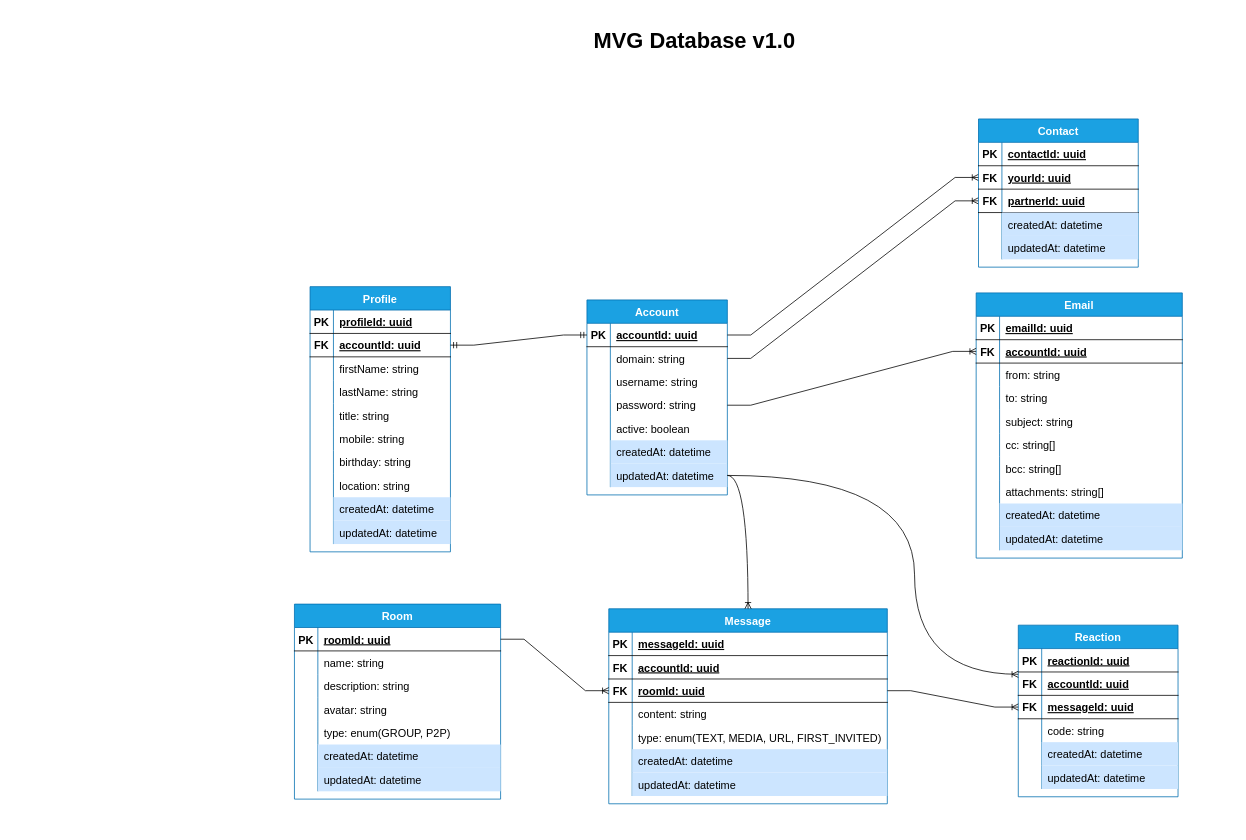
Earlier version of the draw.io diagram document/mvg_database.drawio (chautruonglong/mvg-sky). Source tidied: cells renumbered, new cells numbered last; positions are measured from the earlier drawing's top-left corner, leaving out a move shared by most shapes. Both pictures are drawn from the tidied source at 78%, with x=0, y=0 at pixel (294, 21).
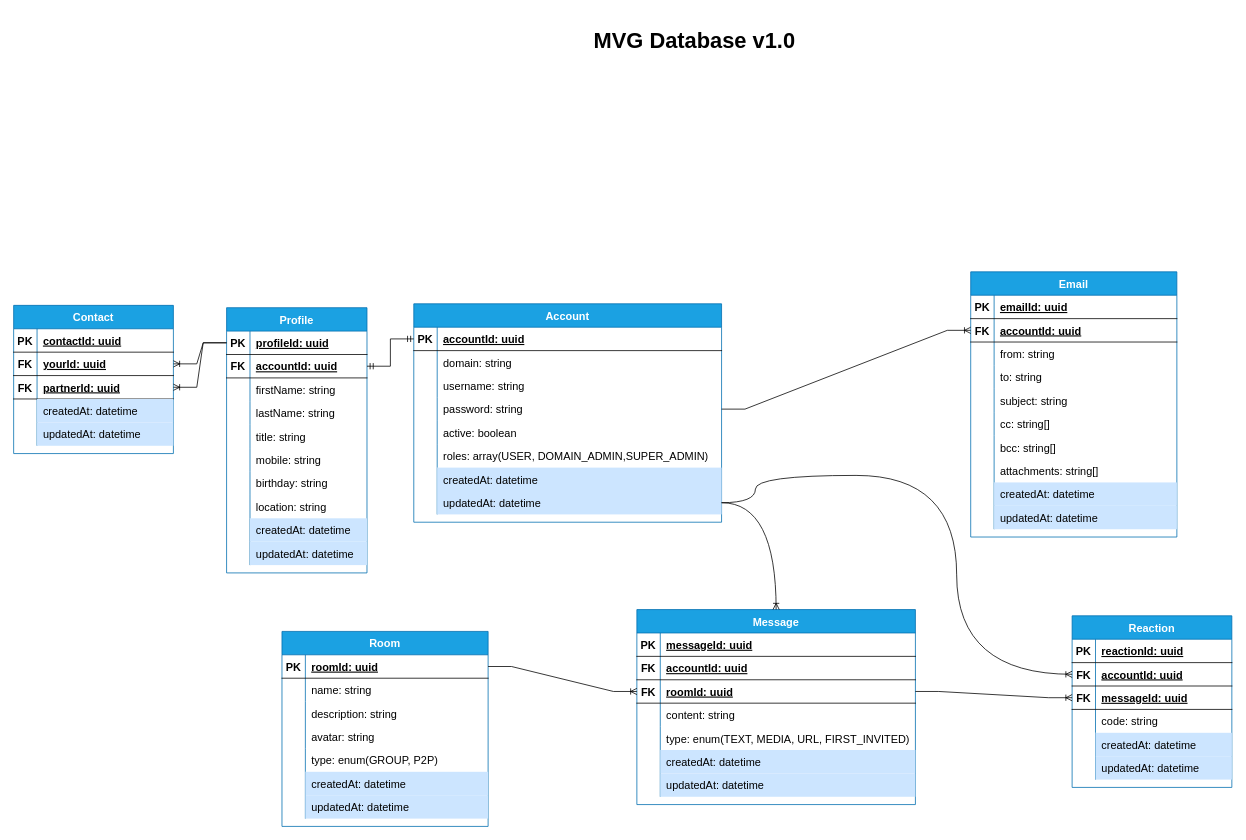
The same diagram, later.

The change refers to these unchanged cells:
```xml
<mxCell id="25" style="shape=partialRectangle;fillColor=none;top=0;left=0;bottom=1;right=0;points=[[0,0.5],[1,0.5]];portConstraint=eastwest;fontSize=14;" parent="24" vertex="1">
  <mxGeometry y="30" width="180" height="30" as="geometry" />
</mxCell>
<mxCell id="84" style="shape=partialRectangle;fillColor=none;top=0;left=0;bottom=1;right=0;points=[[0,0.5],[1,0.5]];portConstraint=eastwest;fontSize=14;" parent="80" vertex="1">
  <mxGeometry y="60" width="204.8" height="30" as="geometry" />
</mxCell>
<mxCell id="162" style="shape=partialRectangle;fillColor=none;top=0;left=0;bottom=1;right=0;points=[[0,0.5],[1,0.5]];portConstraint=eastwest;fontSize=14;" parent="158" vertex="1">
  <mxGeometry y="60" width="204.8" height="30" as="geometry" />
</mxCell>
<mxCell id="165" style="shape=partialRectangle;fillColor=none;top=0;left=0;bottom=1;right=0;points=[[0,0.5],[1,0.5]];portConstraint=eastwest;fontSize=14;" parent="158" vertex="1">
  <mxGeometry y="90" width="204.8" height="30" as="geometry" />
</mxCell>
```

Diff of the diagram source:
```diff
@@
     <mxCell id="2" value="Account" style="shape=table;startSize=30;childLayout=tableLayout;rowLines=0;fontStyle=1;align=center;fontSize=14;fillColor=#1ba1e2;strokeColor=#006EAF;fontColor=#ffffff;" parent="1" vertex="1">
-      <mxGeometry x="375" y="357" width="180" height="250" as="geometry" />
+      <mxGeometry x="153" y="362" width="394.6" height="280" as="geometry" />
     </mxCell>
     <mxCell id="3" style="shape=partialRectangle;fillColor=none;top=0;left=0;bottom=1;right=0;points=[[0,0.5],[1,0.5]];portConstraint=eastwest;fontSize=14;" parent="2" vertex="1">
-      <mxGeometry y="30" width="180" height="30" as="geometry" />
+      <mxGeometry y="30" width="394.6" height="30" as="geometry" />
     </mxCell>
@@
     <mxCell id="5" value="accountId: uuid" style="shape=partialRectangle;fillColor=none;top=0;left=0;bottom=0;right=0;align=left;spacingLeft=6;fontStyle=5;overflow=hidden;fontSize=14;" parent="3" vertex="1">
-      <mxGeometry x="30" width="150" height="30" as="geometry" />
+      <mxGeometry x="30" width="364.6" height="30" as="geometry" />
     </mxCell>
     <mxCell id="6" style="shape=partialRectangle;fillColor=none;top=0;left=0;bottom=0;right=0;points=[[0,0.5],[1,0.5]];portConstraint=eastwest;fontSize=14;" parent="2" vertex="1">
-      <mxGeometry y="60" width="180" height="30" as="geometry" />
+      <mxGeometry y="60" width="394.6" height="30" as="geometry" />
     </mxCell>
@@
     <mxCell id="8" value="domain: string" style="shape=partialRectangle;fillColor=none;top=0;left=0;bottom=0;right=0;align=left;spacingLeft=6;overflow=hidden;fontSize=14;" parent="6" vertex="1">
-      <mxGeometry x="30" width="150" height="30" as="geometry" />
+      <mxGeometry x="30" width="364.6" height="30" as="geometry" />
     </mxCell>
     <mxCell id="9" style="shape=partialRectangle;fillColor=none;top=0;left=0;bottom=0;right=0;fontSize=14;" parent="2" vertex="1">
-      <mxGeometry y="90" width="180" height="30" as="geometry" />
+      <mxGeometry y="90" width="394.6" height="30" as="geometry" />
     </mxCell>
@@
     <mxCell id="11" value="username: string" style="shape=partialRectangle;fillColor=none;top=0;left=0;bottom=0;right=0;align=left;spacingLeft=6;overflow=hidden;fontSize=14;" parent="9" vertex="1">
-      <mxGeometry x="30" width="150" height="30" as="geometry" />
+      <mxGeometry x="30" width="364.6" height="30" as="geometry" />
     </mxCell>
     <mxCell id="12" style="shape=partialRectangle;fillColor=none;top=0;left=0;bottom=0;right=0;points=[[0,0.5],[1,0.5]];portConstraint=eastwest;fontSize=14;" parent="2" vertex="1">
-      <mxGeometry y="120" width="180" height="30" as="geometry" />
+      <mxGeometry y="120" width="394.6" height="30" as="geometry" />
     </mxCell>
@@
     <mxCell id="14" value="password: string" style="shape=partialRectangle;fillColor=none;top=0;left=0;bottom=0;right=0;align=left;spacingLeft=6;overflow=hidden;fontSize=14;" parent="12" vertex="1">
-      <mxGeometry x="30" width="150" height="30" as="geometry" />
+      <mxGeometry x="30" width="364.6" height="30" as="geometry" />
     </mxCell>
     <mxCell id="15" style="shape=partialRectangle;fillColor=none;top=0;left=0;bottom=0;right=0;fontSize=14;" parent="2" vertex="1">
-      <mxGeometry y="150" width="180" height="30" as="geometry" />
+      <mxGeometry y="150" width="394.6" height="30" as="geometry" />
     </mxCell>
@@
     <mxCell id="17" value="active: boolean" style="shape=partialRectangle;fillColor=none;top=0;left=0;bottom=0;right=0;align=left;spacingLeft=6;overflow=hidden;fontSize=14;" parent="15" vertex="1">
-      <mxGeometry x="30" width="150" height="30" as="geometry" />
+      <mxGeometry x="30" width="364.6" height="30" as="geometry" />
     </mxCell>
+    <mxCell id="174" style="shape=partialRectangle;fillColor=none;top=0;left=0;bottom=0;right=0;fontSize=14;" parent="2" vertex="1">
+      <mxGeometry y="180" width="394.6" height="30" as="geometry" />
+    </mxCell>
+    <mxCell id="175" style="shape=partialRectangle;fillColor=none;top=0;left=0;bottom=0;right=0;overflow=hidden;fontSize=14;" parent="174" vertex="1">
+      <mxGeometry width="30" height="30" as="geometry" />
+    </mxCell>
+    <mxCell id="176" value="roles: array(USER, DOMAIN_ADMIN,SUPER_ADMIN)" style="shape=partialRectangle;fillColor=none;top=0;left=0;bottom=0;right=0;align=left;spacingLeft=6;overflow=hidden;fontSize=14;" parent="174" vertex="1">
+      <mxGeometry x="30" width="364.6" height="30" as="geometry" />
+    </mxCell>
     <mxCell id="18" style="shape=partialRectangle;fillColor=none;top=0;left=0;bottom=0;right=0;fontSize=14;" parent="2" vertex="1">
-      <mxGeometry y="180" width="180" height="30" as="geometry" />
+      <mxGeometry y="210" width="394.6" height="30" as="geometry" />
     </mxCell>
@@
     <mxCell id="20" value="createdAt: datetime" style="shape=partialRectangle;fillColor=#cce5ff;top=0;left=0;bottom=0;right=0;align=left;spacingLeft=6;overflow=hidden;fontSize=14;strokeColor=#36393d;" parent="18" vertex="1">
-      <mxGeometry x="30" width="150" height="30" as="geometry" />
+      <mxGeometry x="30" width="364.6" height="30" as="geometry" />
     </mxCell>
     <mxCell id="21" style="shape=partialRectangle;fillColor=none;top=0;left=0;bottom=0;right=0;points=[[0,0.5],[1,0.5]];portConstraint=eastwest;fontSize=14;" parent="2" vertex="1">
-      <mxGeometry y="210" width="180" height="30" as="geometry" />
+      <mxGeometry y="240" width="394.6" height="30" as="geometry" />
     </mxCell>
@@
     <mxCell id="23" value="updatedAt: datetime" style="shape=partialRectangle;fillColor=#cce5ff;top=0;left=0;bottom=0;right=0;align=left;spacingLeft=6;overflow=hidden;fontSize=14;strokeColor=#36393d;" parent="21" vertex="1">
-      <mxGeometry x="30" width="150" height="30" as="geometry" />
+      <mxGeometry x="30" width="364.6" height="30" as="geometry" />
     </mxCell>
     <mxCell id="24" value="Profile" style="shape=table;startSize=30;childLayout=tableLayout;rowLines=0;fontStyle=1;align=center;fontSize=14;fillColor=#1ba1e2;strokeColor=#006EAF;fontColor=#ffffff;" parent="1" vertex="1">
-      <mxGeometry x="20" y="340" width="180" height="340" as="geometry" />
+      <mxGeometry x="-87" y="367" width="180" height="340" as="geometry" />
     </mxCell>
@@
-    <mxCell id="56" style="edgeStyle=entityRelationEdgeStyle;fontSize=12;html=1;endArrow=ERoneToMany;rounded=0;exitX=1;exitY=0.5;exitDx=0;exitDy=0;entryX=0;entryY=0.5;entryDx=0;entryDy=0;" parent="1" edge="1" source="3" target="162">
-      <mxGeometry relative="1" as="geometry" />
-    </mxCell>
-    <mxCell id="57" style="edgeStyle=entityRelationEdgeStyle;fontSize=12;html=1;endArrow=ERoneToMany;rounded=0;entryX=0;entryY=0.5;entryDx=0;entryDy=0;" parent="1" edge="1" source="6" target="165">
-      <mxGeometry relative="1" as="geometry" />
-    </mxCell>
     <mxCell id="58" value="Message" style="shape=table;startSize=30;childLayout=tableLayout;rowLines=0;fontStyle=1;align=center;fontSize=14;fillColor=#1ba1e2;strokeColor=#006EAF;fontColor=#ffffff;" parent="1" vertex="1">
-      <mxGeometry x="403" y="753" width="357.1" height="250" as="geometry" />
+      <mxGeometry x="439" y="754" width="357.1" height="250" as="geometry" />
     </mxCell>
@@
     <mxCell id="80" value="Reaction" style="shape=table;startSize=30;childLayout=tableLayout;rowLines=0;fontStyle=1;align=center;fontSize=14;fillColor=#1ba1e2;strokeColor=#006EAF;fontColor=#ffffff;" parent="1" vertex="1">
-      <mxGeometry x="928" y="774" width="204.8" height="220" as="geometry" />
+      <mxGeometry x="997" y="762" width="204.8" height="220" as="geometry" />
     </mxCell>
@@
     <mxCell id="100" value="Room" style="shape=table;startSize=30;childLayout=tableLayout;rowLines=0;fontStyle=1;align=center;fontSize=14;fillColor=#1ba1e2;strokeColor=#006EAF;fontColor=#ffffff;" parent="1" vertex="1">
-      <mxGeometry y="747" width="264.3" height="250" as="geometry" />
+      <mxGeometry x="-16" y="782" width="264.3" height="250" as="geometry" />
     </mxCell>
@@
     <mxCell id="122" value="Email" style="shape=table;startSize=30;childLayout=tableLayout;rowLines=0;fontStyle=1;align=center;fontSize=14;fillColor=#1ba1e2;strokeColor=#006EAF;fontColor=#ffffff;" parent="1" vertex="1">
-      <mxGeometry x="874" y="348" width="264.3" height="340" as="geometry" />
+      <mxGeometry x="867" y="321" width="264.3" height="340" as="geometry" />
     </mxCell>
@@
     <mxCell id="154" style="fontSize=12;html=1;endArrow=ERoneToMany;rounded=0;exitX=1;exitY=0.5;exitDx=0;exitDy=0;edgeStyle=orthogonalEdgeStyle;curved=1;" parent="1" edge="1" source="21" target="84">
       <mxGeometry relative="1" as="geometry">
         <Array as="points">
-          <mxPoint x="795" y="582" />
-          <mxPoint x="795" y="837" />
+          <mxPoint x="591" y="582" />
+          <mxPoint x="849" y="582" />
+          <mxPoint x="849" y="837" />
         </Array>
       </mxGeometry>
     </mxCell>
@@
     <mxCell id="158" value="Contact" style="shape=table;startSize=30;childLayout=tableLayout;rowLines=0;fontStyle=1;align=center;fontSize=14;fillColor=#1ba1e2;strokeColor=#006EAF;fontColor=#ffffff;" parent="1" vertex="1">
-      <mxGeometry x="877" y="125" width="204.8" height="190" as="geometry" />
+      <mxGeometry x="-360" y="364" width="204.8" height="190" as="geometry" />
     </mxCell>
@@
+    <mxCell id="177" style="edgeStyle=entityRelationEdgeStyle;fontSize=12;html=1;endArrow=ERoneToMany;rounded=0;exitX=0;exitY=0.5;exitDx=0;exitDy=0;entryX=1;entryY=0.5;entryDx=0;entryDy=0;" parent="1" edge="1" source="25" target="162">
+      <mxGeometry relative="1" as="geometry" />
+    </mxCell>
+    <mxCell id="178" style="edgeStyle=entityRelationEdgeStyle;fontSize=12;html=1;endArrow=ERoneToMany;rounded=0;exitX=0;exitY=0.5;exitDx=0;exitDy=0;entryX=1;entryY=0.5;entryDx=0;entryDy=0;" parent="1" edge="1" source="25" target="165">
+      <mxGeometry relative="1" as="geometry" />
+    </mxCell>
```
